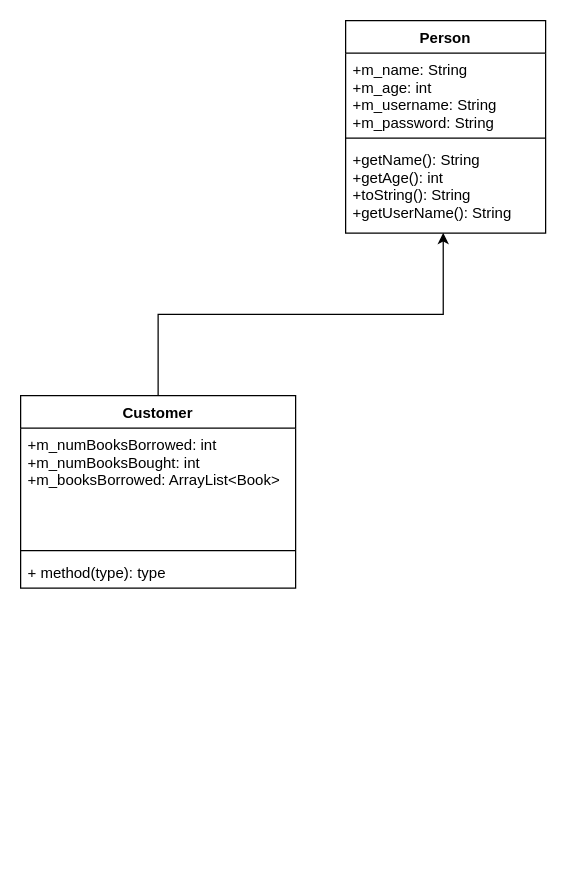
This is page "Page-1" (1 of 2) of Library/control-flows/UMLLibrary.drawio from adarsh-kishore786/IT-Project, a draw.io file, before an edit. Source tidied: cells renumbered, new cells numbered last; positions are measured from the earlier drawing's top-left corner, leaving out a move shared by most shapes. Both pictures are drawn from the tidied source at 125%, with x=0, y=0 at pixel (20, 20).
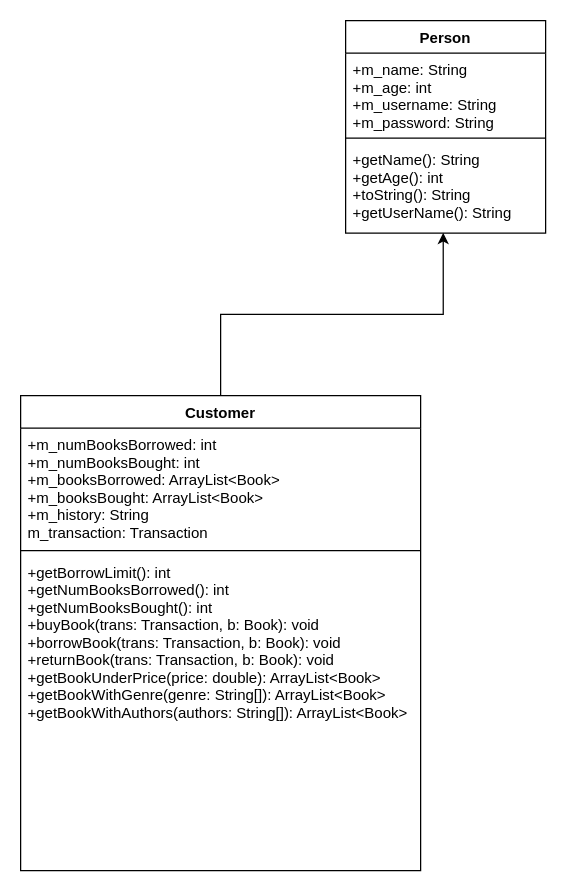
After the change.

What changed in the source:
```diff
@@
 <mxGraphModel>
   <root>
     <mxCell id="0" />
     <mxCell id="1" parent="0" />
     <mxCell id="2" value="Person" style="swimlane;fontStyle=1;align=center;verticalAlign=top;horizontal=1;startSize=26;" parent="1" vertex="1">
       <mxGeometry x="260" width="160" height="170" as="geometry" />
     </mxCell>
     <mxCell id="3" value="+m_name: String&#10;+m_age: int&#10;+m_username: String&#10;+m_password: String" style="text;strokeColor=none;fillColor=none;align=left;verticalAlign=top;spacingLeft=4;spacingRight=4;overflow=hidden;" parent="2" vertex="1">
       <mxGeometry y="26" width="160" height="64" as="geometry" />
     </mxCell>
     <mxCell id="4" style="line;strokeWidth=1;fillColor=none;align=left;verticalAlign=middle;spacingTop=-1;spacingLeft=3;spacingRight=3;labelPosition=right;" parent="2" vertex="1">
       <mxGeometry y="90" width="160" height="8" as="geometry" />
     </mxCell>
     <mxCell id="5" value="+getName(): String&#10;+getAge(): int&#10;+toString(): String&#10;+getUserName(): String" style="text;strokeColor=none;fillColor=none;align=left;verticalAlign=top;spacingLeft=4;spacingRight=4;overflow=hidden;points=[[0,0.5],[1,0.5]];portConstraint=eastwest;" parent="2" vertex="1">
       <mxGeometry y="98" width="160" height="72" as="geometry" />
     </mxCell>
     <mxCell id="6" style="edgeStyle=orthogonalEdgeStyle;rounded=0;jettySize=auto;html=1;exitX=0.5;exitY=0;exitDx=0;exitDy=0;entryX=0.488;entryY=0.997;entryDx=0;entryDy=0;entryPerimeter=0;" parent="1" edge="1" source="7" target="5">
       <mxGeometry relative="1" as="geometry" />
     </mxCell>
     <mxCell id="7" value="Customer" style="swimlane;fontStyle=1;align=center;verticalAlign=top;horizontal=1;startSize=26;" parent="1" vertex="1">
-      <mxGeometry y="300" width="220" height="154" as="geometry" />
+      <mxGeometry y="300" width="320" height="380" as="geometry" />
     </mxCell>
-    <mxCell id="8" value="+m_numBooksBorrowed: int&#10;+m_numBooksBought: int&#10;+m_booksBorrowed: ArrayList&lt;Book&gt;" style="text;strokeColor=none;fillColor=none;align=left;verticalAlign=top;spacingLeft=4;spacingRight=4;overflow=hidden;" parent="7" vertex="1">
-      <mxGeometry y="26" width="220" height="94" as="geometry" />
+    <mxCell id="8" value="+m_numBooksBorrowed: int&#10;+m_numBooksBought: int&#10;+m_booksBorrowed: ArrayList&lt;Book&gt;&#10;+m_booksBought: ArrayList&lt;Book&gt;&#10;+m_history: String&#10;m_transaction: Transaction" style="text;strokeColor=none;fillColor=none;align=left;verticalAlign=top;spacingLeft=4;spacingRight=4;overflow=hidden;" parent="7" vertex="1">
+      <mxGeometry y="26" width="320" height="94" as="geometry" />
     </mxCell>
     <mxCell id="9" style="line;strokeWidth=1;fillColor=none;align=left;verticalAlign=middle;spacingTop=-1;spacingLeft=3;spacingRight=3;labelPosition=right;" parent="7" vertex="1">
-      <mxGeometry y="120" width="220" height="8" as="geometry" />
+      <mxGeometry y="120" width="320" height="8" as="geometry" />
     </mxCell>
-    <mxCell id="10" value="+ method(type): type" style="text;strokeColor=none;fillColor=none;align=left;verticalAlign=top;spacingLeft=4;spacingRight=4;overflow=hidden;" parent="7" vertex="1">
-      <mxGeometry y="128" width="220" height="26" as="geometry" />
+    <mxCell id="10" value="+getBorrowLimit(): int&#10;+getNumBooksBorrowed(): int&#10;+getNumBooksBought(): int&#10;+buyBook(trans: Transaction, b: Book): void&#10;+borrowBook(trans: Transaction, b: Book): void&#10;+returnBook(trans: Transaction, b: Book): void&#10;+getBookUnderPrice(price: double): ArrayList&lt;Book&gt;&#10;+getBookWithGenre(genre: String[]): ArrayList&lt;Book&gt;&#10;+getBookWithAuthors(authors: String[]): ArrayList&lt;Book&gt;" style="text;strokeColor=none;fillColor=none;align=left;verticalAlign=top;spacingLeft=4;spacingRight=4;overflow=hidden;" parent="7" vertex="1">
+      <mxGeometry y="128" width="320" height="252" as="geometry" />
     </mxCell>
   </root>
 </mxGraphModel>
```
